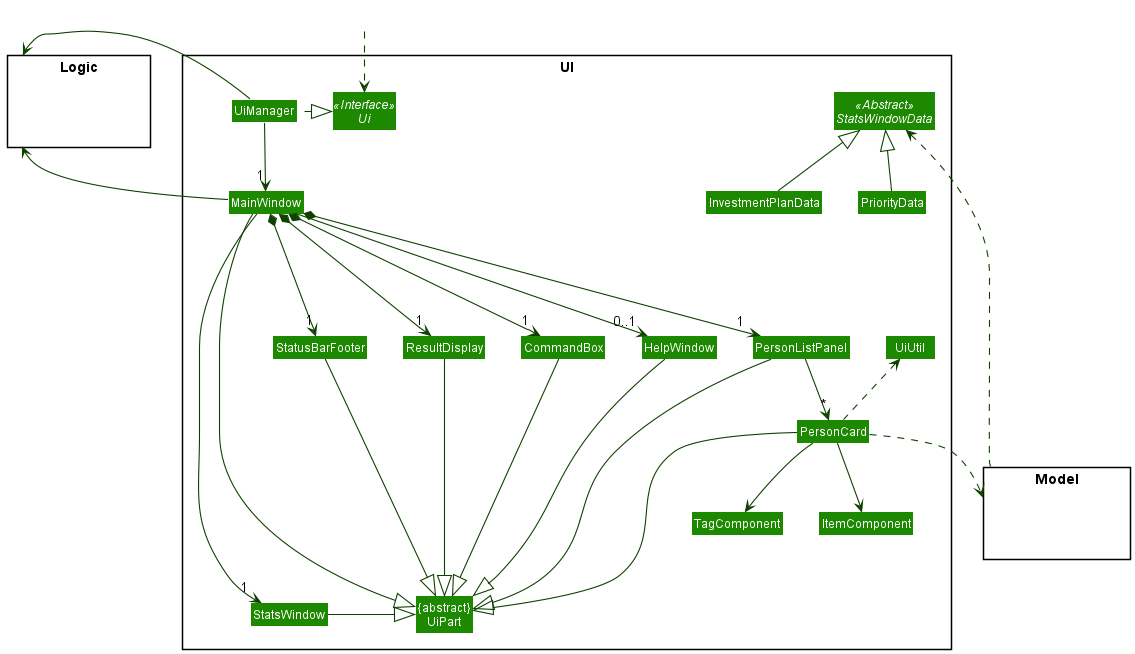
Before: docs/images/UiClassDiagram.png, a diagram exported from PlantUML (nus-cs2103-AY2122S1/tp).
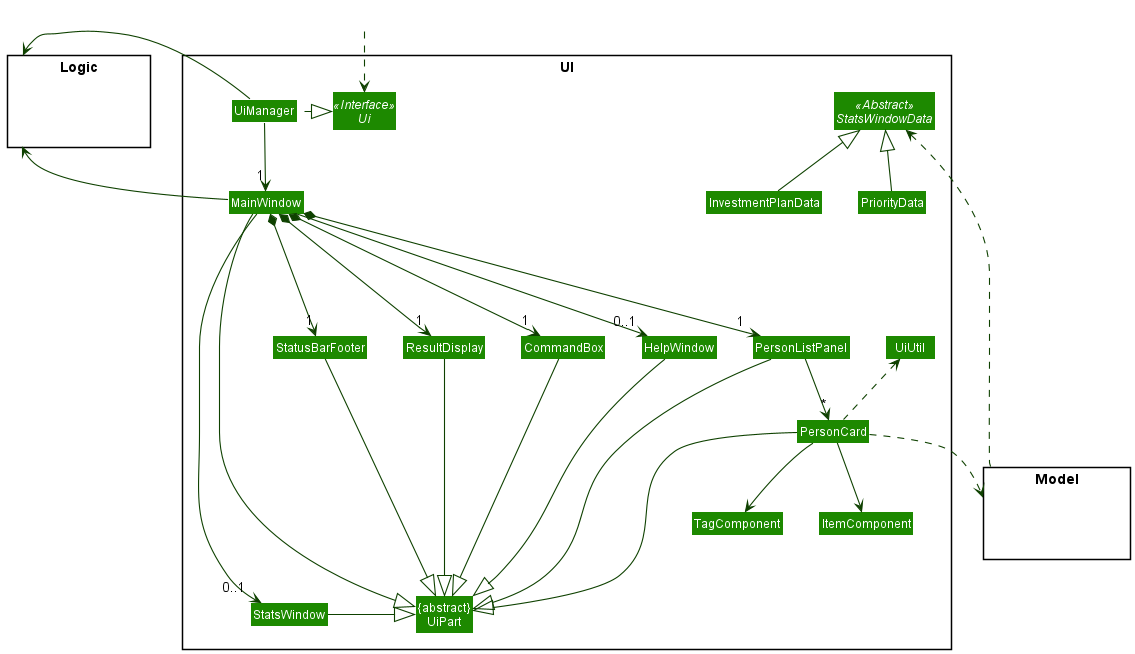
After the commit.

The edit, as a diff of the source:
```diff
@@ -44,7 +44,7 @@
 MainWindow *-down-> "1" PersonListPanel
 MainWindow *-down-> "1" StatusBarFooter
 MainWindow --> "0..1" HelpWindow
-MainWindow ----> "1" StatsWindow
+MainWindow ----> "0..1" StatsWindow
 
 PersonListPanel -down-> "*" PersonCard
 
```
